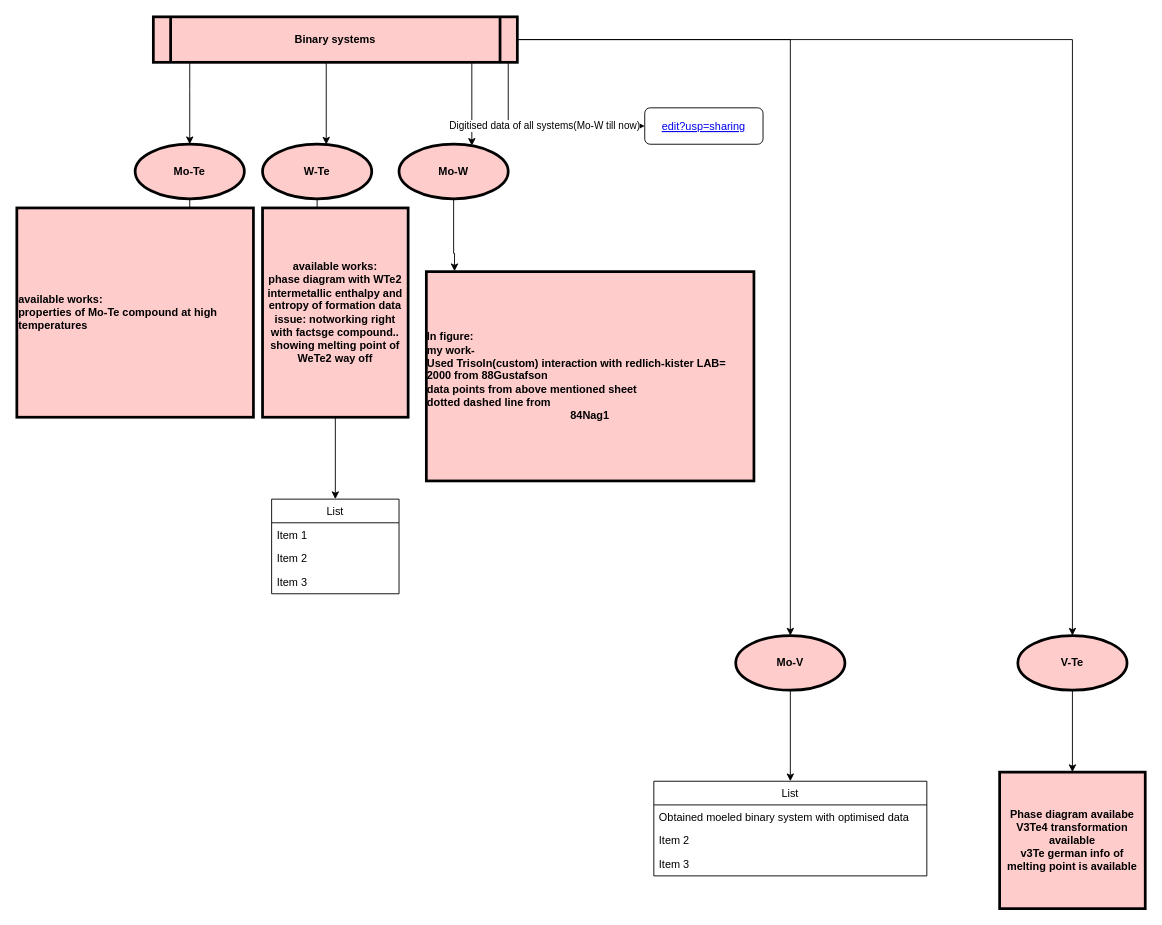
Above: project workflow.drawio in Shreyamkmr/MTPgraphs (draw.io), before the change. Source tidied: cells renumbered, new cells numbered last; positions are measured from the earlier drawing's top-left corner, leaving out a move shared by most shapes. Both pictures are drawn from the tidied source at 91%, with x=0, y=0 at pixel (16, 16).
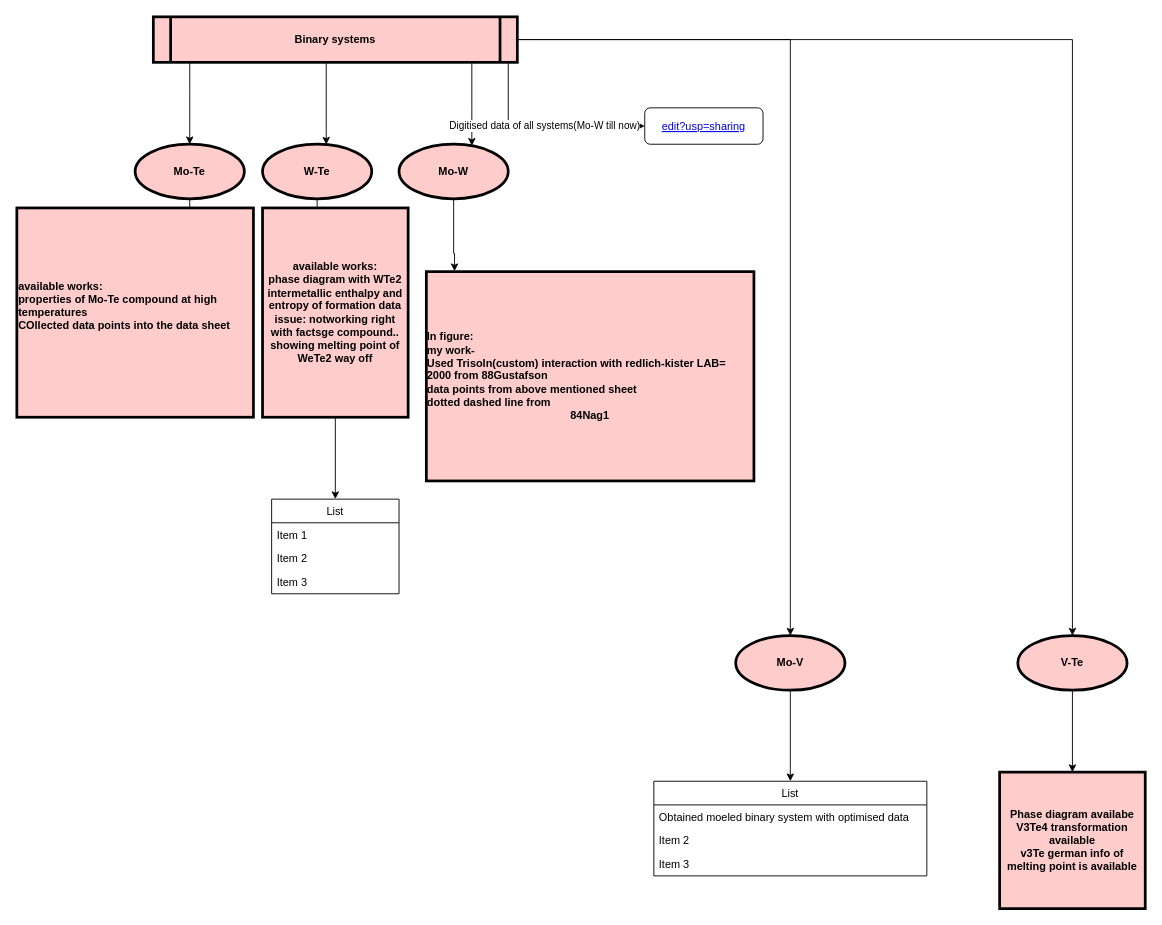
After the change.

Diff of the diagram source:
```diff
@@
-    <mxCell id="16" value="available works:&lt;br&gt;properties of Mo-Te compound at high temperatures&lt;br&gt;&lt;div&gt;&lt;/div&gt;" style="whiteSpace=wrap;html=1;fontStyle=1;strokeWidth=3;fillColor=#FFCCCC;align=left;" parent="1" vertex="1">
+    <mxCell id="16" value="available works:&lt;br&gt;properties of Mo-Te compound at high temperatures&lt;br&gt;COllected data points into the data sheet&lt;br&gt;&lt;br&gt;&lt;div&gt;&lt;/div&gt;" style="whiteSpace=wrap;html=1;fontStyle=1;strokeWidth=3;fillColor=#FFCCCC;align=left;" parent="1" vertex="1">
       <mxGeometry y="210" width="260" height="230" as="geometry" />
     </mxCell>
```
